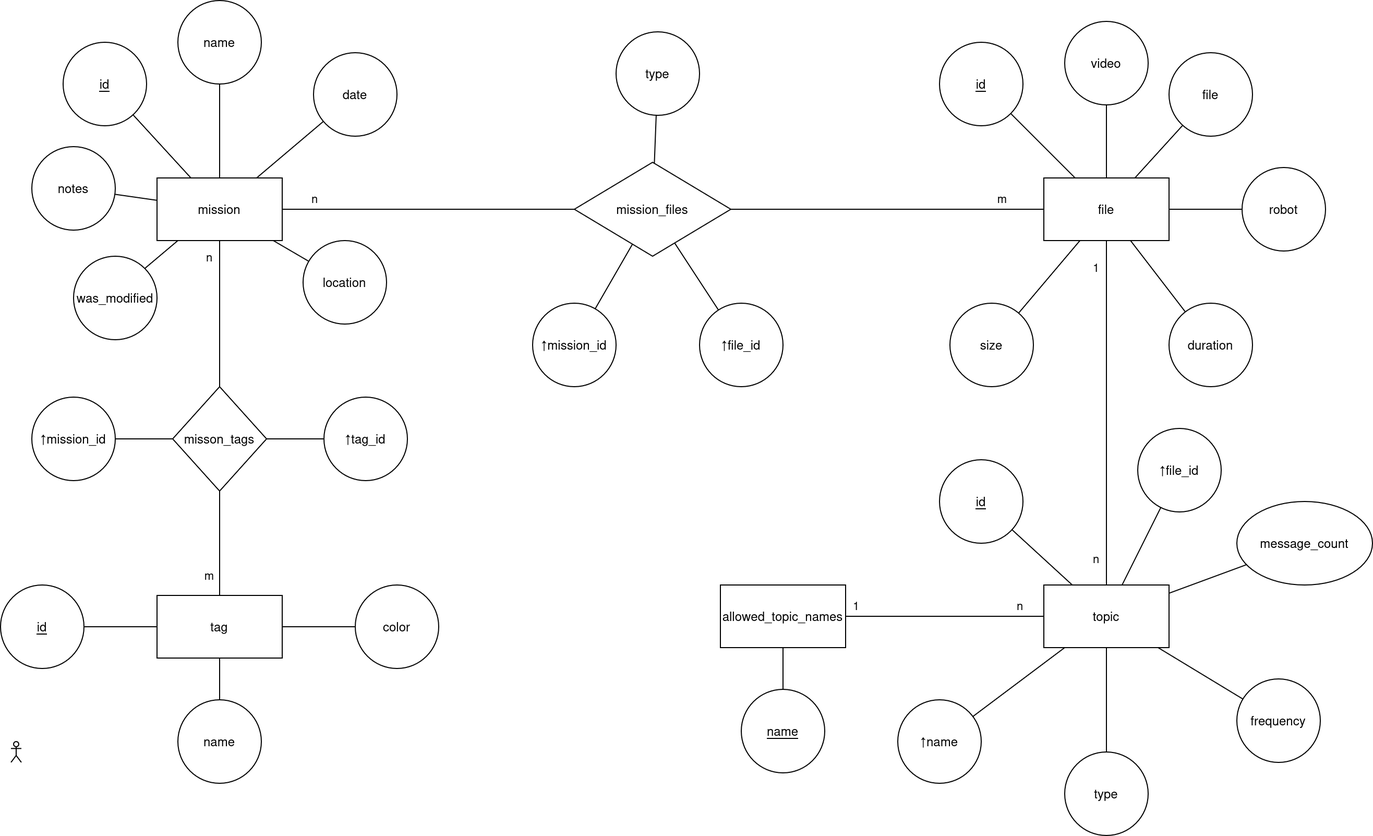
This is docs/db_scheme/db_scheme_er_diagram.png from brendel-group/mission_db, a draw.io export, as it was before one commit. Source tidied: cells renumbered, new cells last; positions are measured from the earlier drawing's top-left corner, leaving out a move shared by most shapes.
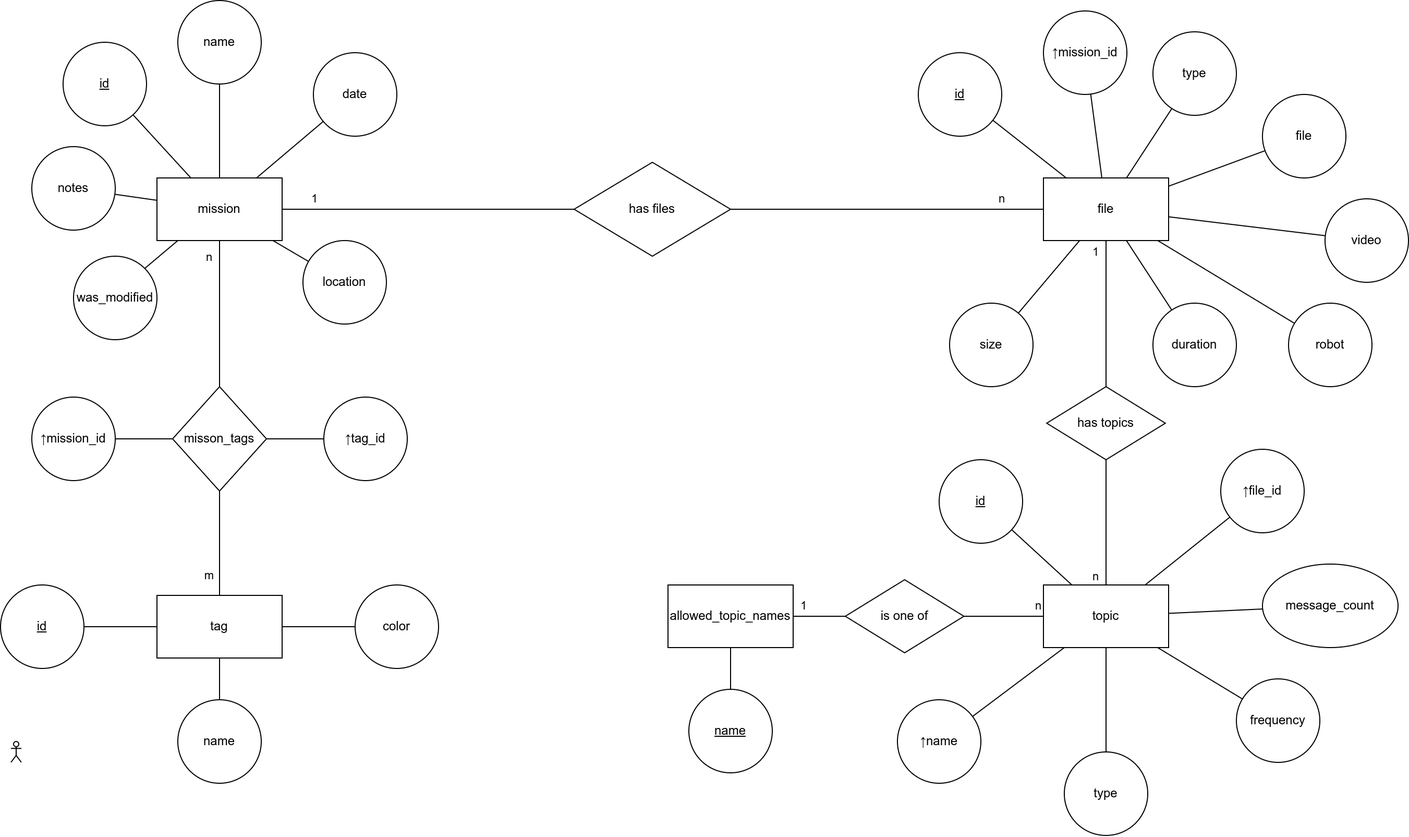
Later version of the same file.

The edit, as a diff of the source:
```diff
@@ -17,7 +17,7 @@
     <mxCell id="6" style="edgeStyle=none;shape=connector;rounded=0;jettySize=auto;html=1;strokeColor=default;align=center;verticalAlign=middle;fontFamily=Helvetica;fontSize=11;fontColor=default;labelBackgroundColor=default;endArrow=none;" parent="1" edge="1" source="12" target="31">
       <mxGeometry relative="1" as="geometry" />
     </mxCell>
-    <mxCell id="7" value="n" style="edgeLabel;html=1;align=center;verticalAlign=middle;fontFamily=Helvetica;fontSize=11;fontColor=default;labelBackgroundColor=default;" parent="6" vertex="1">
+    <mxCell id="7" value="1" style="edgeLabel;html=1;align=center;verticalAlign=middle;fontFamily=Helvetica;fontSize=11;fontColor=default;labelBackgroundColor=default;" parent="6" vertex="1">
       <mxGeometry x="-0.19" y="-4" relative="1" as="geometry">
         <mxPoint x="-83" y="-14" as="offset" />
       </mxGeometry>
@@ -42,7 +42,7 @@
     <mxCell id="13" style="edgeStyle=none;shape=connector;rounded=0;jettySize=auto;html=1;strokeColor=default;align=center;verticalAlign=middle;fontFamily=Helvetica;fontSize=11;fontColor=default;labelBackgroundColor=default;endArrow=none;" parent="1" edge="1" source="23" target="31">
       <mxGeometry relative="1" as="geometry" />
     </mxCell>
-    <mxCell id="14" value="m" style="edgeLabel;html=1;align=center;verticalAlign=middle;fontFamily=Helvetica;fontSize=11;fontColor=default;labelBackgroundColor=default;" parent="13" vertex="1">
+    <mxCell id="14" value="n" style="edgeLabel;html=1;align=center;verticalAlign=middle;fontFamily=Helvetica;fontSize=11;fontColor=default;labelBackgroundColor=default;" parent="13" vertex="1">
       <mxGeometry x="-0.41" y="4" relative="1" as="geometry">
         <mxPoint x="48" y="-14" as="offset" />
       </mxGeometry>
@@ -59,7 +59,7 @@
     <mxCell id="18" style="edgeStyle=none;shape=connector;rounded=0;jettySize=auto;html=1;strokeColor=default;align=center;verticalAlign=middle;fontFamily=Helvetica;fontSize=11;fontColor=default;labelBackgroundColor=default;endArrow=none;" parent="1" edge="1" source="23" target="37">
       <mxGeometry relative="1" as="geometry" />
     </mxCell>
-    <mxCell id="19" style="edgeStyle=none;shape=connector;rounded=0;jettySize=auto;html=1;labelBackgroundColor=default;strokeColor=default;align=center;verticalAlign=middle;fontFamily=Helvetica;fontSize=11;fontColor=default;endArrow=none;" parent="1" edge="1" source="23" target="68">
+    <mxCell id="19" style="edgeStyle=none;shape=connector;rounded=0;jettySize=auto;html=1;labelBackgroundColor=default;strokeColor=default;align=center;verticalAlign=middle;fontFamily=Helvetica;fontSize=11;fontColor=default;endArrow=none;" parent="1" edge="1" source="85" target="68">
       <mxGeometry relative="1" as="geometry" />
     </mxCell>
     <mxCell id="20" value="n" style="edgeLabel;html=1;align=center;verticalAlign=middle;fontSize=11;fontFamily=Helvetica;fontColor=default;" parent="19" vertex="1">
@@ -67,14 +67,15 @@
         <mxPoint x="-11" y="2" as="offset" />
       </mxGeometry>
     </mxCell>
-    <mxCell id="21" value="1" style="edgeLabel;html=1;align=center;verticalAlign=middle;fontSize=11;fontFamily=Helvetica;fontColor=default;" parent="19" vertex="1">
-      <mxGeometry x="-0.85" y="1" relative="1" as="geometry">
-        <mxPoint x="-11" as="offset" />
-      </mxGeometry>
-    </mxCell>
     <mxCell id="22" style="edgeStyle=none;shape=connector;rounded=0;jettySize=auto;html=1;labelBackgroundColor=default;strokeColor=default;align=center;verticalAlign=middle;fontFamily=Helvetica;fontSize=11;fontColor=default;endArrow=none;" parent="1" edge="1" source="23" target="75">
       <mxGeometry relative="1" as="geometry" />
     </mxCell>
+    <mxCell id="82" style="edgeStyle=none;shape=connector;rounded=0;jettySize=auto;html=1;labelBackgroundColor=default;strokeColor=default;align=center;verticalAlign=middle;fontFamily=Helvetica;fontSize=11;fontColor=default;endArrow=none;" parent="1" edge="1" source="23" target="33">
+      <mxGeometry relative="1" as="geometry" />
+    </mxCell>
+    <mxCell id="83" style="edgeStyle=none;shape=connector;rounded=0;jettySize=auto;html=1;labelBackgroundColor=default;strokeColor=default;align=center;verticalAlign=middle;fontFamily=Helvetica;fontSize=11;fontColor=default;endArrow=none;" parent="1" edge="1" source="23" target="42">
+      <mxGeometry relative="1" as="geometry" />
+    </mxCell>
     <mxCell id="23" value="file" style="rounded=0;whiteSpace=wrap;html=1;" parent="1" vertex="1">
       <mxGeometry x="1000" y="170" width="120" height="60" as="geometry" />
     </mxCell>
@@ -90,32 +91,23 @@
     <mxCell id="27" value="notes" style="ellipse;whiteSpace=wrap;html=1;rounded=0;" parent="1" vertex="1">
       <mxGeometry x="30" y="140" width="80" height="80" as="geometry" />
     </mxCell>
-    <mxCell id="28" style="edgeStyle=none;shape=connector;rounded=0;jettySize=auto;html=1;strokeColor=default;align=center;verticalAlign=middle;fontFamily=Helvetica;fontSize=11;fontColor=default;labelBackgroundColor=default;endArrow=none;" parent="1" edge="1" source="31" target="40">
-      <mxGeometry relative="1" as="geometry" />
-    </mxCell>
-    <mxCell id="29" style="edgeStyle=none;shape=connector;rounded=0;jettySize=auto;html=1;strokeColor=default;align=center;verticalAlign=middle;fontFamily=Helvetica;fontSize=11;fontColor=default;labelBackgroundColor=default;endArrow=none;" parent="1" edge="1" source="31" target="42">
-      <mxGeometry relative="1" as="geometry" />
-    </mxCell>
-    <mxCell id="30" style="edgeStyle=none;shape=connector;rounded=0;jettySize=auto;html=1;strokeColor=default;align=center;verticalAlign=middle;fontFamily=Helvetica;fontSize=11;fontColor=default;labelBackgroundColor=default;endArrow=none;" parent="1" edge="1" source="31" target="33">
-      <mxGeometry relative="1" as="geometry" />
-    </mxCell>
-    <mxCell id="31" value="mission_files" style="rhombus;whiteSpace=wrap;html=1;rounded=0;" parent="1" vertex="1">
+    <mxCell id="31" value="has files" style="rhombus;whiteSpace=wrap;html=1;rounded=0;" parent="1" vertex="1">
       <mxGeometry x="550" y="155" width="150" height="90" as="geometry" />
     </mxCell>
     <mxCell id="32" value="robot" style="ellipse;whiteSpace=wrap;html=1;rounded=0;" parent="1" vertex="1">
-      <mxGeometry x="1190" y="160" width="80" height="80" as="geometry" />
+      <mxGeometry x="1235" y="290" width="80" height="80" as="geometry" />
     </mxCell>
     <mxCell id="33" value="type" style="ellipse;whiteSpace=wrap;html=1;rounded=0;" parent="1" vertex="1">
-      <mxGeometry x="590" y="30" width="80" height="80" as="geometry" />
+      <mxGeometry x="1105" y="30" width="80" height="80" as="geometry" />
     </mxCell>
     <mxCell id="34" value="&lt;u&gt;id&lt;/u&gt;" style="ellipse;whiteSpace=wrap;html=1;rounded=0;" parent="1" vertex="1">
-      <mxGeometry x="900" y="40" width="80" height="80" as="geometry" />
+      <mxGeometry x="880" y="50" width="80" height="80" as="geometry" />
     </mxCell>
     <mxCell id="35" value="duration" style="ellipse;whiteSpace=wrap;html=1;rounded=0;" parent="1" vertex="1">
-      <mxGeometry x="1120" y="290" width="80" height="80" as="geometry" />
+      <mxGeometry x="1105" y="290" width="80" height="80" as="geometry" />
     </mxCell>
     <mxCell id="36" value="file" style="ellipse;whiteSpace=wrap;html=1;rounded=0;" parent="1" vertex="1">
-      <mxGeometry x="1120" y="50" width="80" height="80" as="geometry" />
+      <mxGeometry x="1210" y="90" width="80" height="80" as="geometry" />
     </mxCell>
     <mxCell id="37" value="size" style="ellipse;whiteSpace=wrap;html=1;rounded=0;" parent="1" vertex="1">
       <mxGeometry x="910" y="290" width="80" height="80" as="geometry" />
@@ -123,14 +115,8 @@
     <mxCell id="38" value="date" style="ellipse;whiteSpace=wrap;html=1;rounded=0;" parent="1" vertex="1">
       <mxGeometry x="300" y="50" width="80" height="80" as="geometry" />
     </mxCell>
-    <mxCell id="39" style="group;" parent="1" vertex="1">
-      <mxGeometry x="670" y="290" width="80" height="80" as="geometry" />
-    </mxCell>
-    <mxCell id="40" value="↑file_id" style="ellipse;whiteSpace=wrap;html=1;rounded=0;" parent="39" vertex="1">
-      <mxGeometry width="80" height="80" as="geometry" />
-    </mxCell>
     <mxCell id="41" style="group;" parent="1" vertex="1">
-      <mxGeometry x="510" y="290" width="80" height="80" as="geometry" />
+      <mxGeometry x="1000" y="10" width="80" height="80" as="geometry" />
     </mxCell>
     <mxCell id="42" value="↑mission_id" style="ellipse;whiteSpace=wrap;html=1;rounded=0;" parent="41" vertex="1">
       <mxGeometry width="80" height="80" as="geometry" />
@@ -203,19 +189,14 @@
     <mxCell id="64" style="edgeStyle=none;shape=connector;rounded=0;jettySize=auto;html=1;labelBackgroundColor=default;strokeColor=default;align=center;verticalAlign=middle;fontFamily=Helvetica;fontSize=11;fontColor=default;endArrow=none;" parent="1" edge="1" source="68" target="74">
       <mxGeometry relative="1" as="geometry" />
     </mxCell>
-    <mxCell id="65" style="edgeStyle=none;shape=connector;rounded=0;jettySize=auto;html=1;labelBackgroundColor=default;strokeColor=default;align=center;verticalAlign=middle;fontFamily=Helvetica;fontSize=11;fontColor=default;endArrow=none;" parent="1" edge="1" source="68" target="77">
-      <mxGeometry relative="1" as="geometry" />
+    <mxCell id="65" value="1" style="edgeStyle=none;shape=connector;rounded=0;jettySize=auto;html=1;labelBackgroundColor=default;strokeColor=default;align=center;verticalAlign=middle;fontFamily=Helvetica;fontSize=11;fontColor=default;endArrow=none;" parent="1" edge="1" source="87" target="77">
+      <mxGeometry x="0.6" y="-10" relative="1" as="geometry" />
     </mxCell>
     <mxCell id="66" value="1" style="edgeLabel;html=1;align=center;verticalAlign=middle;fontSize=11;fontFamily=Helvetica;fontColor=default;" parent="65" vertex="1">
       <mxGeometry x="0.62" relative="1" as="geometry">
         <mxPoint x="-26" y="-10" as="offset" />
       </mxGeometry>
     </mxCell>
-    <mxCell id="67" value="n" style="edgeLabel;html=1;align=center;verticalAlign=middle;fontSize=11;fontFamily=Helvetica;fontColor=default;" parent="65" vertex="1">
-      <mxGeometry x="-0.69" y="3" relative="1" as="geometry">
-        <mxPoint x="6" y="-13" as="offset" />
-      </mxGeometry>
-    </mxCell>
     <mxCell id="68" value="topic" style="rounded=0;whiteSpace=wrap;html=1;" parent="1" vertex="1">
       <mxGeometry x="1000" y="560" width="120" height="60" as="geometry" />
     </mxCell>
@@ -223,7 +204,7 @@
       <mxGeometry x="900" y="440" width="80" height="80" as="geometry" />
     </mxCell>
     <mxCell id="70" value="↑file_id" style="ellipse;whiteSpace=wrap;html=1;rounded=0;" parent="1" vertex="1">
-      <mxGeometry x="1090" y="410" width="80" height="80" as="geometry" />
+      <mxGeometry x="1170" y="430" width="80" height="80" as="geometry" />
     </mxCell>
     <mxCell id="71" value="type" style="ellipse;whiteSpace=wrap;html=1;rounded=0;" parent="1" vertex="1">
       <mxGeometry x="1020" y="720" width="80" height="80" as="geometry" />
@@ -232,22 +213,22 @@
       <mxGeometry x="860" y="670" width="80" height="80" as="geometry" />
     </mxCell>
     <mxCell id="73" value="message_count" style="ellipse;whiteSpace=wrap;html=1;rounded=0;" parent="1" vertex="1">
-      <mxGeometry x="1185" y="480" width="130" height="80" as="geometry" />
+      <mxGeometry x="1210" y="540" width="130" height="80" as="geometry" />
     </mxCell>
     <mxCell id="74" value="frequency" style="ellipse;whiteSpace=wrap;html=1;rounded=0;" parent="1" vertex="1">
       <mxGeometry x="1185" y="650" width="80" height="80" as="geometry" />
     </mxCell>
     <mxCell id="75" value="video" style="ellipse;whiteSpace=wrap;html=1;rounded=0;" parent="1" vertex="1">
-      <mxGeometry x="1020" y="20" width="80" height="80" as="geometry" />
+      <mxGeometry x="1270" y="190" width="80" height="80" as="geometry" />
     </mxCell>
     <mxCell id="76" style="edgeStyle=none;shape=connector;rounded=0;jettySize=auto;html=1;labelBackgroundColor=default;strokeColor=default;align=center;verticalAlign=middle;fontFamily=Helvetica;fontSize=11;fontColor=default;endArrow=none;" parent="1" edge="1" source="77" target="78">
       <mxGeometry relative="1" as="geometry" />
     </mxCell>
     <mxCell id="77" value="allowed_topic_names" style="rounded=0;whiteSpace=wrap;html=1;" parent="1" vertex="1">
-      <mxGeometry x="690" y="560" width="120" height="60" as="geometry" />
+      <mxGeometry x="640" y="560" width="120" height="60" as="geometry" />
     </mxCell>
     <mxCell id="78" value="&lt;u&gt;name&lt;/u&gt;" style="ellipse;whiteSpace=wrap;html=1;rounded=0;" parent="1" vertex="1">
-      <mxGeometry x="710" y="660" width="80" height="80" as="geometry" />
+      <mxGeometry x="660" y="660" width="80" height="80" as="geometry" />
     </mxCell>
     <mxCell id="79" value="was_modified" style="ellipse;whiteSpace=wrap;html=1;" parent="1" vertex="1">
       <mxGeometry x="70" y="245" width="80" height="80" as="geometry" />
@@ -260,5 +241,27 @@
     <mxCell id="81" style="shape=umlActor;verticalLabelPosition=bottom;verticalAlign=top;html=1;" parent="1" vertex="1">
       <mxGeometry x="10" y="710" width="10" height="20" as="geometry" />
     </mxCell>
+    <mxCell id="84" style="edgeStyle=none;shape=connector;rounded=0;jettySize=auto;html=1;labelBackgroundColor=default;strokeColor=default;align=center;verticalAlign=middle;fontFamily=Helvetica;fontSize=11;fontColor=default;endArrow=none;" parent="1" edge="1" source="23" target="85">
+      <mxGeometry relative="1" as="geometry" />
+    </mxCell>
+    <mxCell id="21" value="1" style="edgeLabel;html=1;align=center;verticalAlign=middle;fontSize=11;fontFamily=Helvetica;fontColor=default;" parent="84" vertex="1">
+      <mxGeometry x="-0.85" y="1" relative="1" as="geometry">
+        <mxPoint x="-11" as="offset" />
+      </mxGeometry>
+    </mxCell>
+    <mxCell id="85" value="has topics" style="rhombus;whiteSpace=wrap;html=1;rounded=0;" parent="1" vertex="1">
+      <mxGeometry x="1003.1" y="370" width="113.8" height="70" as="geometry" />
+    </mxCell>
+    <mxCell id="86" style="edgeStyle=none;shape=connector;rounded=0;jettySize=auto;html=1;labelBackgroundColor=default;strokeColor=default;align=center;verticalAlign=middle;fontFamily=Helvetica;fontSize=11;fontColor=default;endArrow=none;" parent="1" edge="1" source="68" target="87">
+      <mxGeometry relative="1" as="geometry" />
+    </mxCell>
+    <mxCell id="67" value="n" style="edgeLabel;html=1;align=center;verticalAlign=middle;fontSize=11;fontFamily=Helvetica;fontColor=default;" parent="86" vertex="1">
+      <mxGeometry x="-0.69" y="3" relative="1" as="geometry">
+        <mxPoint x="6" y="-13" as="offset" />
+      </mxGeometry>
+    </mxCell>
+    <mxCell id="87" value="is one of" style="rhombus;whiteSpace=wrap;html=1;rounded=0;" parent="1" vertex="1">
+      <mxGeometry x="810" y="555" width="113.8" height="70" as="geometry" />
+    </mxCell>
   </root>
 </mxGraphModel>
```
